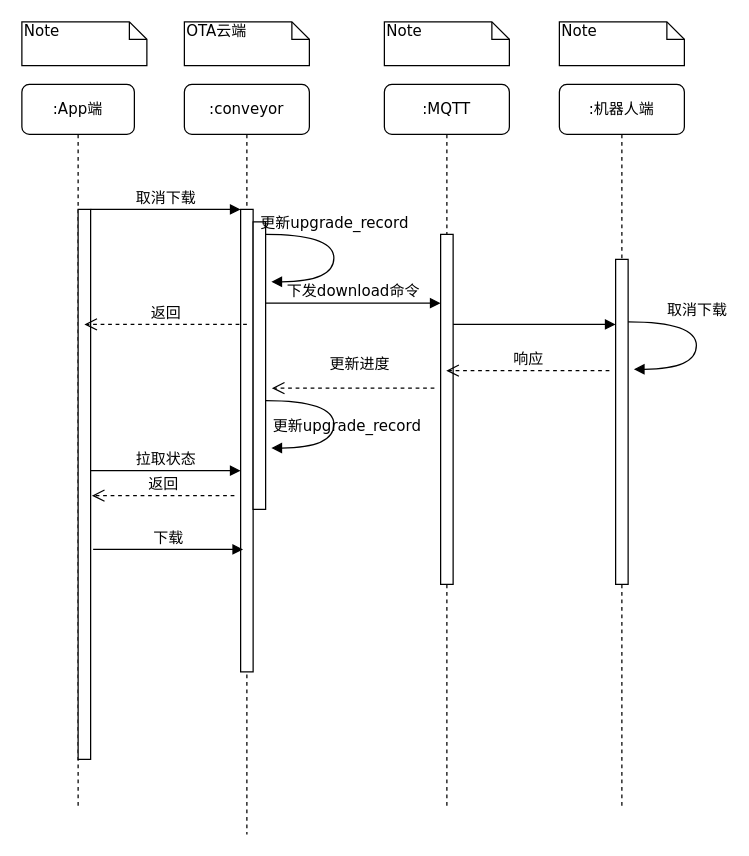
Earlier version of the draw.io diagram craft/cancel_download_flow.drawio (feihu618/drawio). Source tidied: cells renumbered, new cells numbered last; positions are measured from the earlier drawing's top-left corner, leaving out a move shared by most shapes. Both pictures are drawn from the tidied source at 125%, with x=0, y=0 at pixel (21, 21).
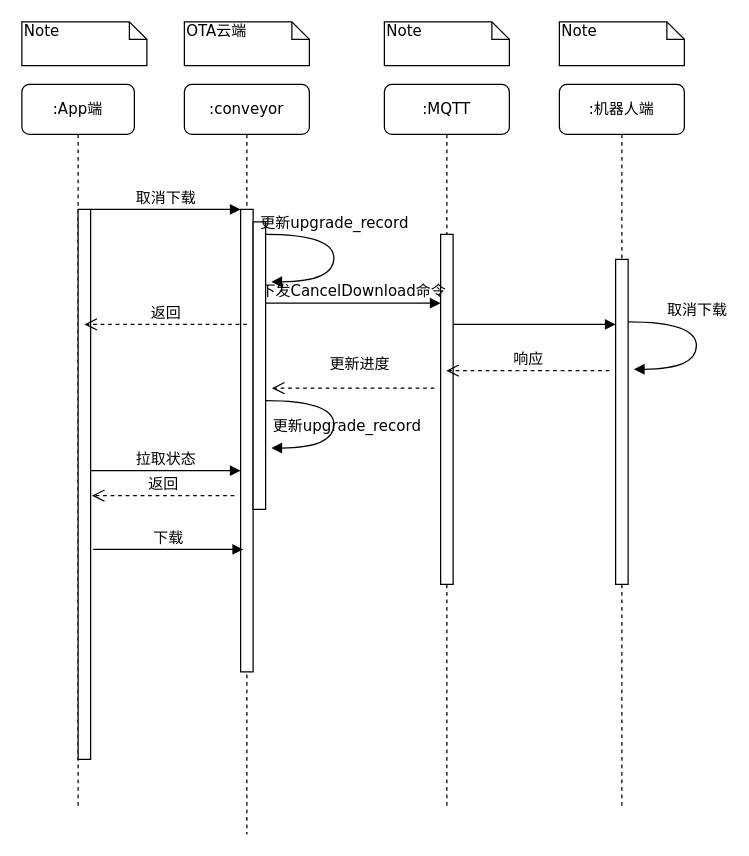
After the change.

The edit, as a diff of the source:
```diff
@@
-    <mxCell id="13" value="下发download命令" style="html=1;verticalAlign=bottom;endArrow=block;entryX=0;entryY=0;labelBackgroundColor=none;fontFamily=Verdana;fontSize=12;edgeStyle=elbowEdgeStyle;elbow=vertical;startArrow=none;" parent="1" edge="1">
+    <mxCell id="13" value="下发CancelDownload命令" style="html=1;verticalAlign=bottom;endArrow=block;entryX=0;entryY=0;labelBackgroundColor=none;fontFamily=Verdana;fontSize=12;edgeStyle=elbowEdgeStyle;elbow=vertical;startArrow=none;" parent="1" edge="1">
       <mxGeometry relative="1" as="geometry">
         <mxPoint x="195" y="225" as="sourcePoint" />
         <mxPoint x="335" y="225" as="targetPoint" />
       </mxGeometry>
     </mxCell>
```
